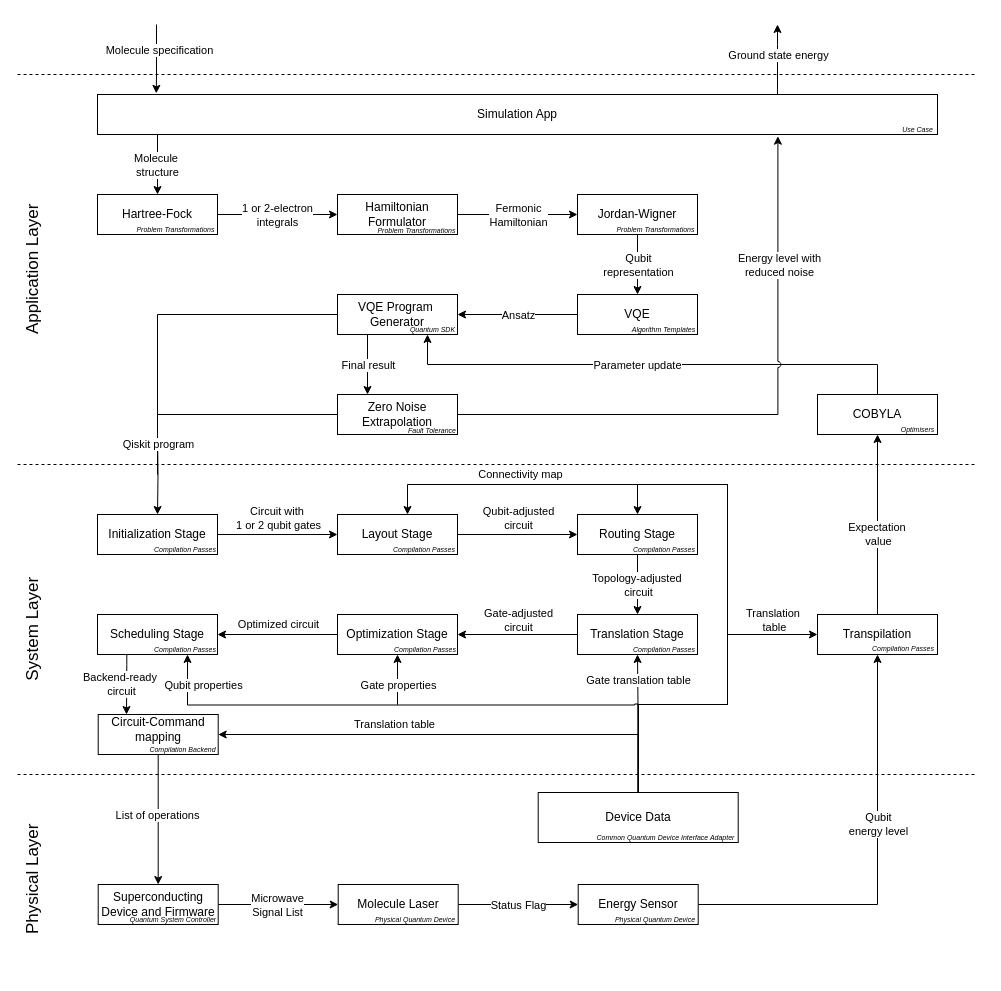
The draw.io diagram page "scenario1" (1 of 4) of docs/scenario-based-analysis/images/scenarios.drawio in FullStaQD/architecture, before the edit. Source tidied: cells renumbered, new cells numbered last; positions are measured from the earlier drawing's top-left corner, leaving out a move shared by most shapes. Both pictures are drawn from the tidied source at 100%, with x=0, y=0 at pixel (-53, 24).
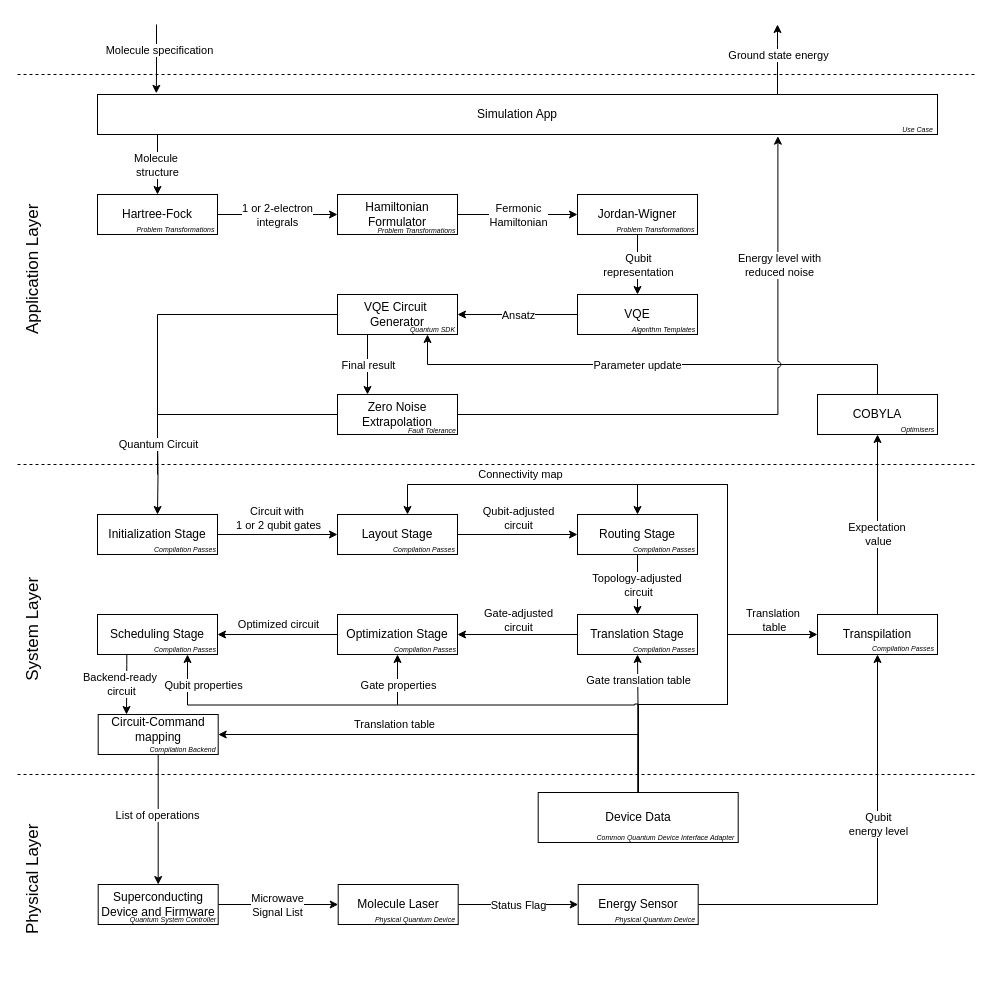
After the change.

Unchanged cells that the change refers to:
```xml
<mxCell id="25" style="edgeStyle=orthogonalEdgeStyle;rounded=0;jettySize=auto;html=1;entryX=0.5;entryY=0;entryDx=0;entryDy=0;" parent="1" edge="1" target="35">
  <mxGeometry relative="1" as="geometry">
    <mxPoint x="210" y="410" as="sourcePoint" />
  </mxGeometry>
</mxCell>
```

Diff of the diagram source:
```diff
@@
-    <mxCell id="24" value="VQE Program&amp;nbsp;&lt;div&gt;Generator&lt;/div&gt;" style="rounded=0;whiteSpace=wrap;html=1;" parent="1" vertex="1">
+    <mxCell id="24" value="VQE Circuit&amp;nbsp;&lt;div&gt;Generator&lt;/div&gt;" style="rounded=0;whiteSpace=wrap;html=1;" parent="1" vertex="1">
       <mxGeometry x="390" y="270" width="120" height="40" as="geometry" />
     </mxCell>
@@
-    <mxCell id="26" value="Qiskit program" style="edgeLabel;html=1;align=center;verticalAlign=middle;" parent="25" vertex="1">
+    <mxCell id="26" value="Quantum Circuit" style="edgeLabel;html=1;align=center;verticalAlign=middle;" parent="25" vertex="1">
       <mxGeometry x="0.1" y="1" relative="1" as="geometry">
         <mxPoint x="-1" y="-34" as="offset" />
       </mxGeometry>
     </mxCell>
```
